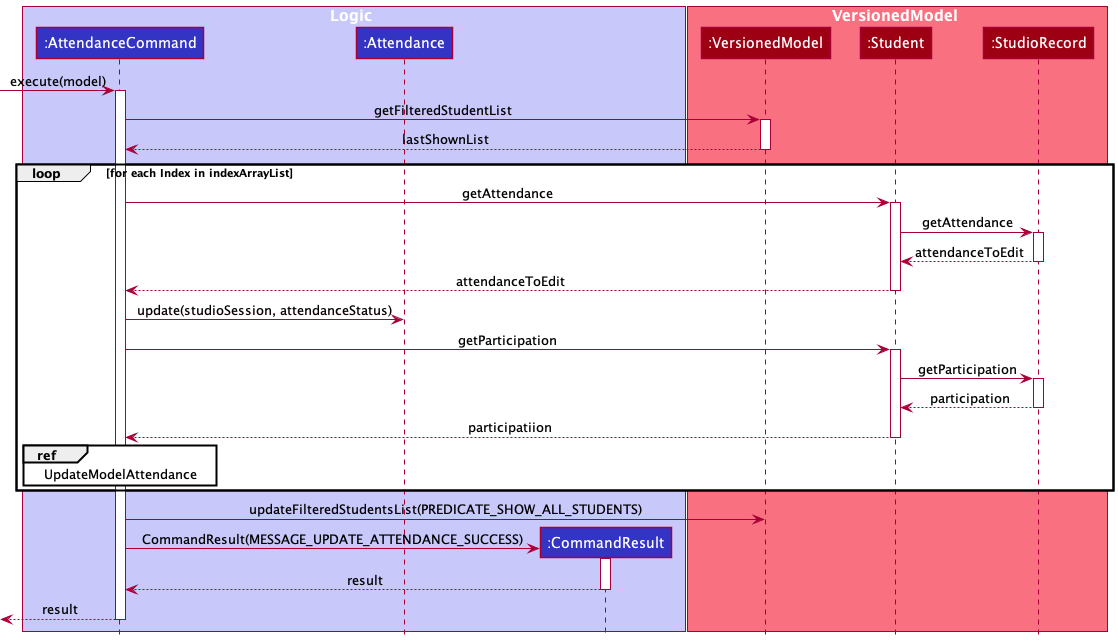
Before: docs/images/dg/logic/commands/attendancecommand/AttendanceCommandSequenceDiagram.png, a diagram exported from PlantUML (nus-cs2103-AY2122S1/tp). Its diagram source:
```plantuml
@startuml
!include ../../../style.puml

box Logic LOGIC_COLOR_T1
Participant ":AttendanceCommand" as ac LOGIC_COLOR
Participant ":Attendance" as at LOGIC_COLOR
Participant ":CommandResult" as cr LOGIC_COLOR
end box

box VersionedModel MODEL_COLOR_T1
Participant ":VersionedModel" as mm MODEL_COLOR
Participant ":Student" as st MODEL_COLOR
Participant ":StudioRecord" as sr MODEL_COLOR
end box

[-> ac : execute(model)
activate ac
ac -> mm ++: getFilteredStudentList
mm --> ac --: lastShownList

loop for each Index in indexArrayList


    ac -> st ++ : getAttendance
    st -> sr ++ : getAttendance
    sr --> st -- : attendanceToEdit
    st --> ac -- : attendanceToEdit
    ac -> at  : update(studioSession, attendanceStatus)
    ac -> st ++ : getParticipation
    st -> sr ++ : getParticipation
    sr --> st -- : participation
    st --> ac -- : participatiion
    ref over ac : UpdateModelAttendance
end loop

ac -> mm  : updateFilteredStudentsList(PREDICATE_SHOW_ALL_STUDENTS)


create cr
ac -> cr ++ : CommandResult(MESSAGE_UPDATE_ATTENDANCE_SUCCESS)
cr --> ac -- : result
<-- ac -- : result

@enduml
```
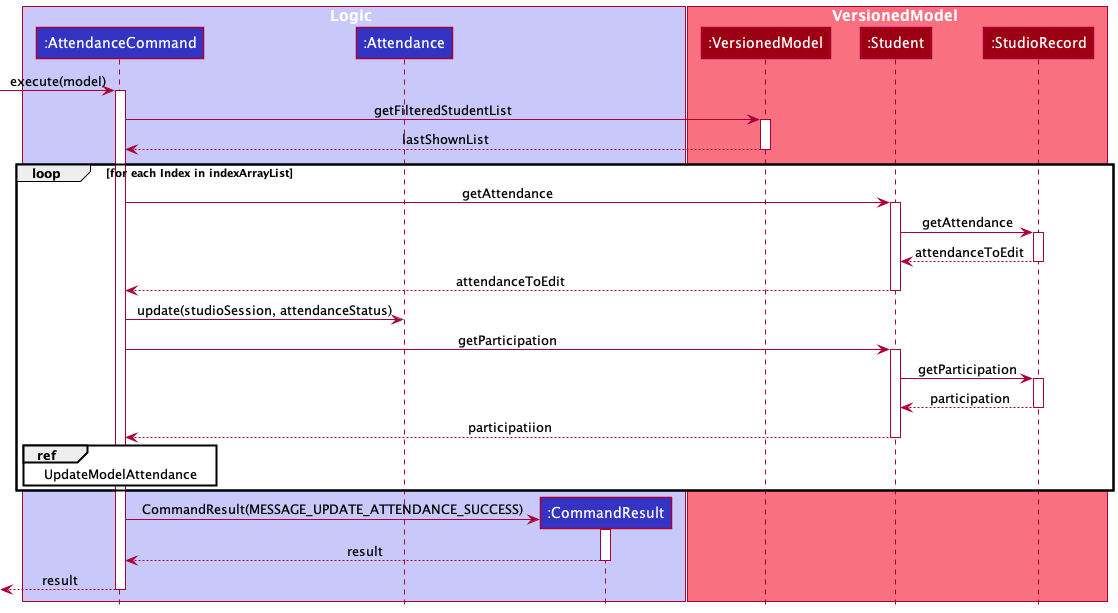
The same diagram one commit later.

Commit message:
Update Attendance Command UML

Change to the diagram source:
```diff
@@ -33,7 +33,6 @@
     ref over ac : UpdateModelAttendance
 end loop
 
-ac -> mm  : updateFilteredStudentsList(PREDICATE_SHOW_ALL_STUDENTS)
 
 
 create cr
```
